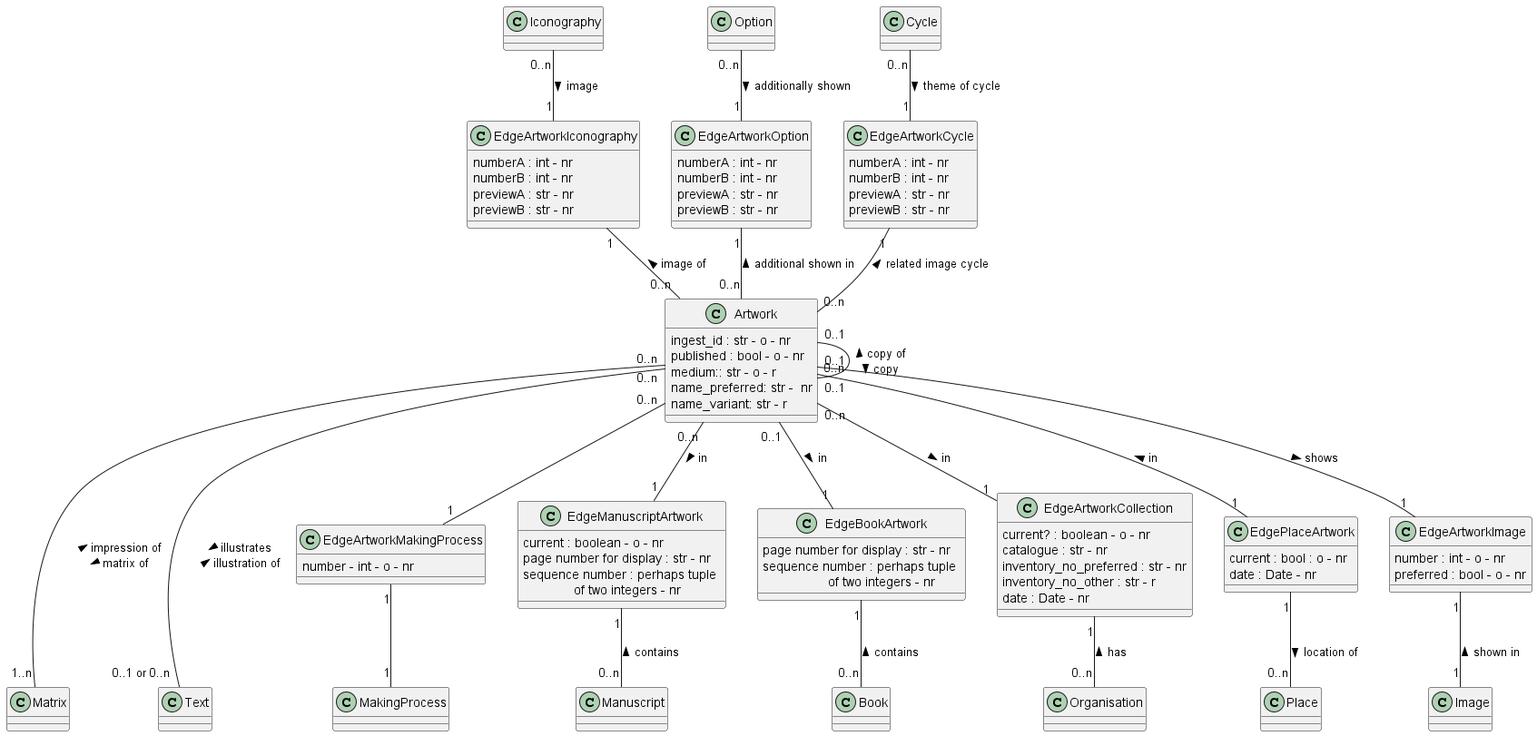
Above: documentation/class_diagrams/Artwork.png in tmasch/bpf_be (PlantUML), before the change.
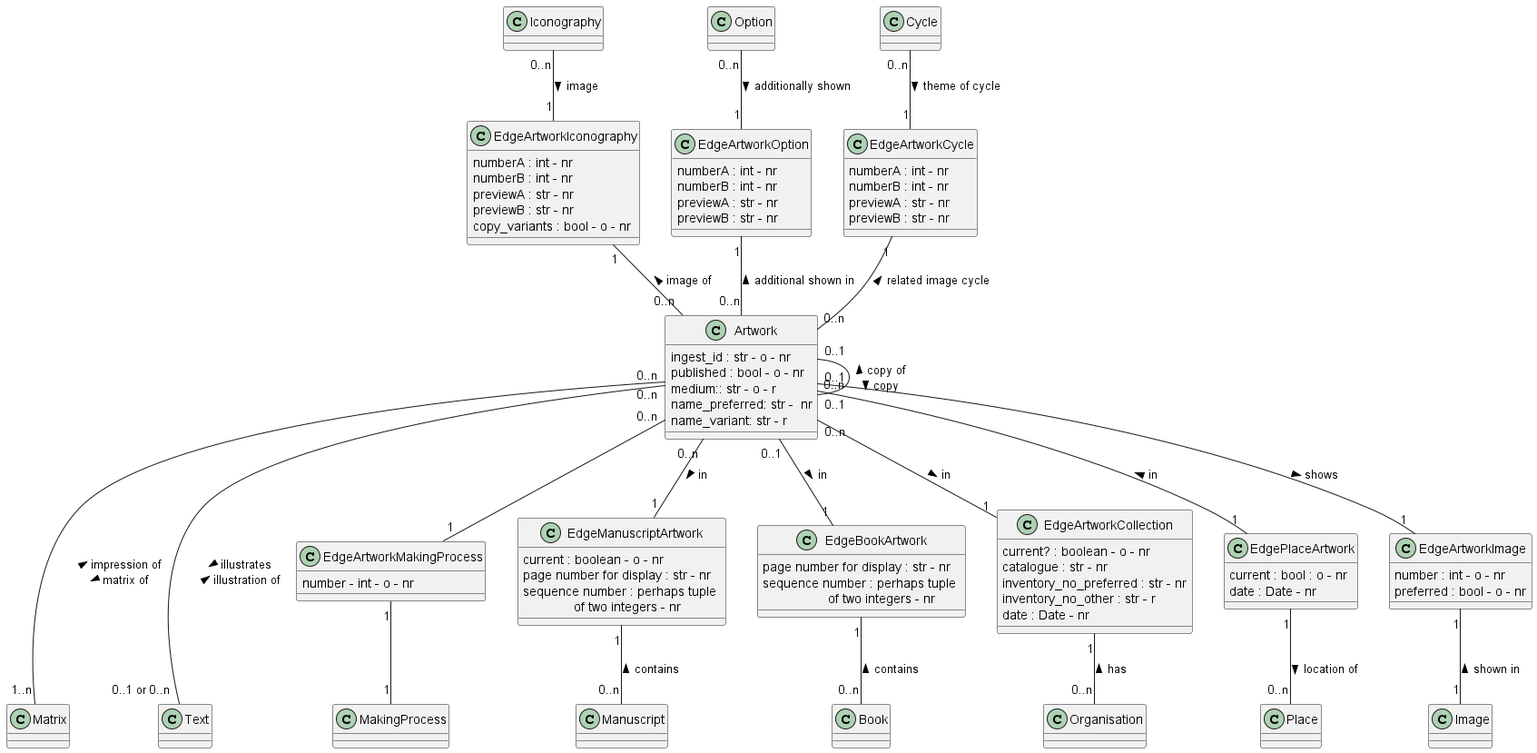
The same diagram one commit later.

Diff of the diagram source:
```diff
@@ -58,6 +58,7 @@
 EdgeArtworkIconography : numberB : int - nr
 EdgeArtworkIconography : previewA : str - nr
 EdgeArtworkIconography : previewB : str - nr
+EdgeArtworkIconography : copy_variants : bool - o - nr
 
 class EdgeArtworkOption
 EdgeArtworkOption : numberA : int - nr
```
